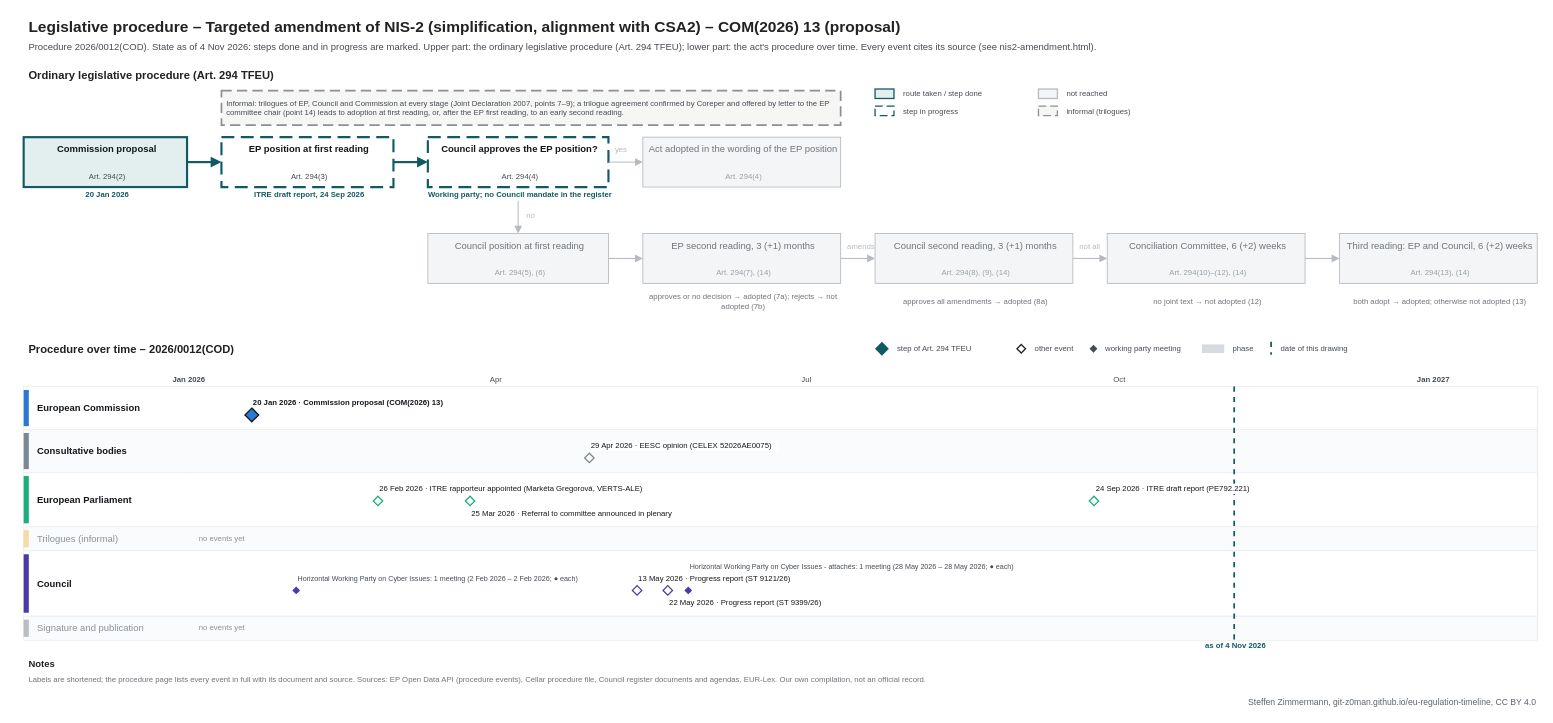
git-z0man/eu-regulation-timeline keeps this draw.io diagram as procedures/nis2-amendment.drawio. Above is the earlier version. Source tidied: cells renumbered, new cells numbered last; positions are measured from the earlier drawing's top-left corner, leaving out a move shared by most shapes. Both pictures are drawn from the tidied source at 86%, with x=0, y=0 at pixel (15, 15).
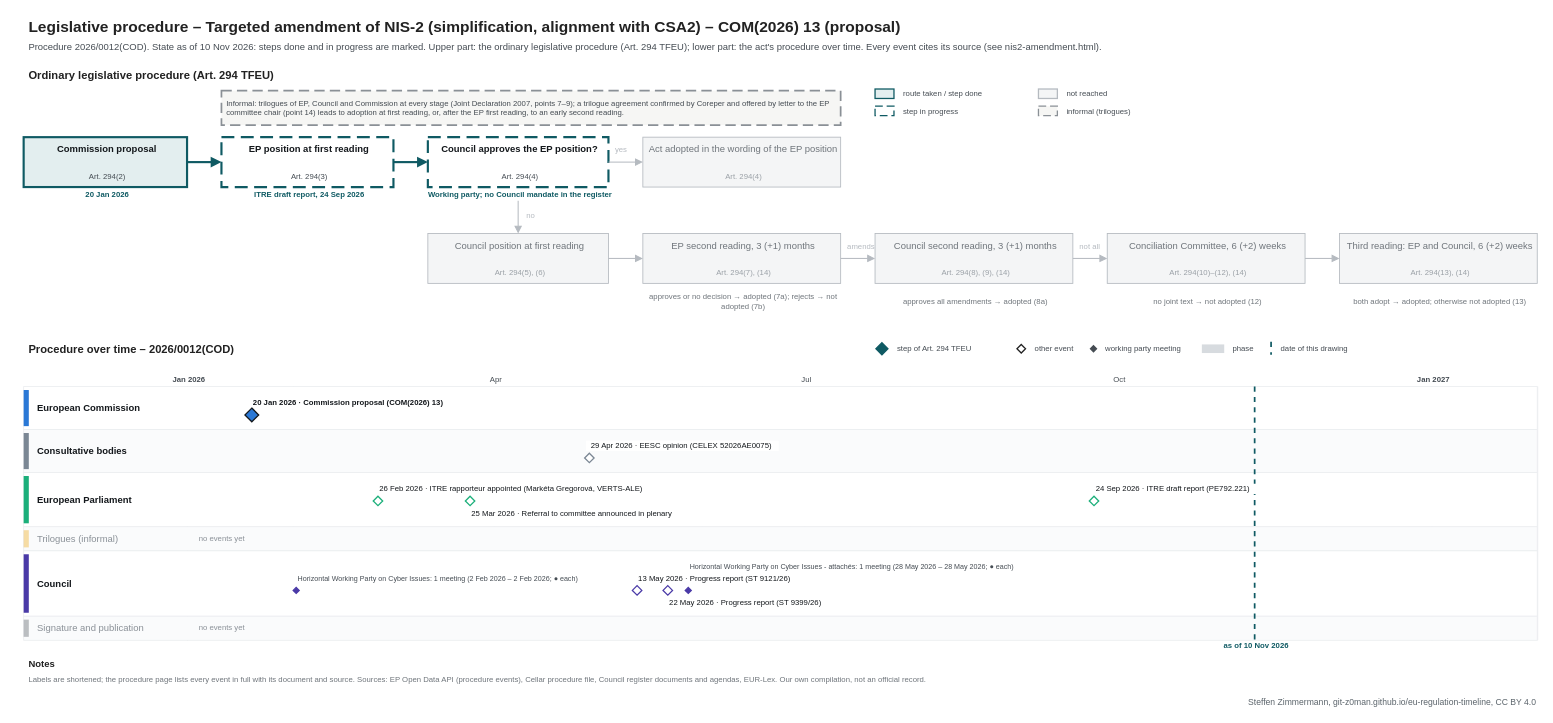
After the change.

What changed in the source:
```diff
@@
-    <mxCell id="3" value="Procedure 2026/0012(COD). State as of 4 Nov 2026: steps done and in progress are marked. Upper part: the ordinary legislative procedure (Art. 294 TFEU); lower part: the act's procedure over time. Every event cites its source (see nis2-amendment.html)." style="text;html=1;fontSize=11;fontColor=#454c53;align=left;verticalAlign=middle;spacingLeft=4;" parent="1" vertex="1">
+    <mxCell id="3" value="Procedure 2026/0012(COD). State as of 10 Nov 2026: steps done and in progress are marked. Upper part: the ordinary legislative procedure (Art. 294 TFEU); lower part: the act's procedure over time. Every event cites its source (see nis2-amendment.html)." style="text;html=1;fontSize=11;fontColor=#454c53;align=left;verticalAlign=middle;spacingLeft=4;" parent="1" vertex="1">
       <mxGeometry x="10" y="28" width="1700" height="18" as="geometry" />
     </mxCell>
@@
     <mxCell id="111" style="line;html=1;strokeWidth=2;strokeColor=#0f5a63;direction=south;dashed=1;" parent="1" vertex="1">
-      <mxGeometry x="1417.1" y="432" width="1" height="295" as="geometry" />
+      <mxGeometry x="1440.9" y="432" width="1" height="295" as="geometry" />
     </mxCell>
-    <mxCell id="112" value="as of 4 Nov 2026" style="text;html=1;fontSize=9;fontColor=#0f5a63;align=center;verticalAlign=middle;spacingLeft=4;fontStyle=1;" parent="1" vertex="1">
-      <mxGeometry x="1357.1" y="728" width="120" height="12" as="geometry" />
+    <mxCell id="112" value="as of 10 Nov 2026" style="text;html=1;fontSize=9;fontColor=#0f5a63;align=center;verticalAlign=middle;spacingLeft=4;fontStyle=1;" parent="1" vertex="1">
+      <mxGeometry x="1380.9" y="728" width="120" height="12" as="geometry" />
     </mxCell>
```
